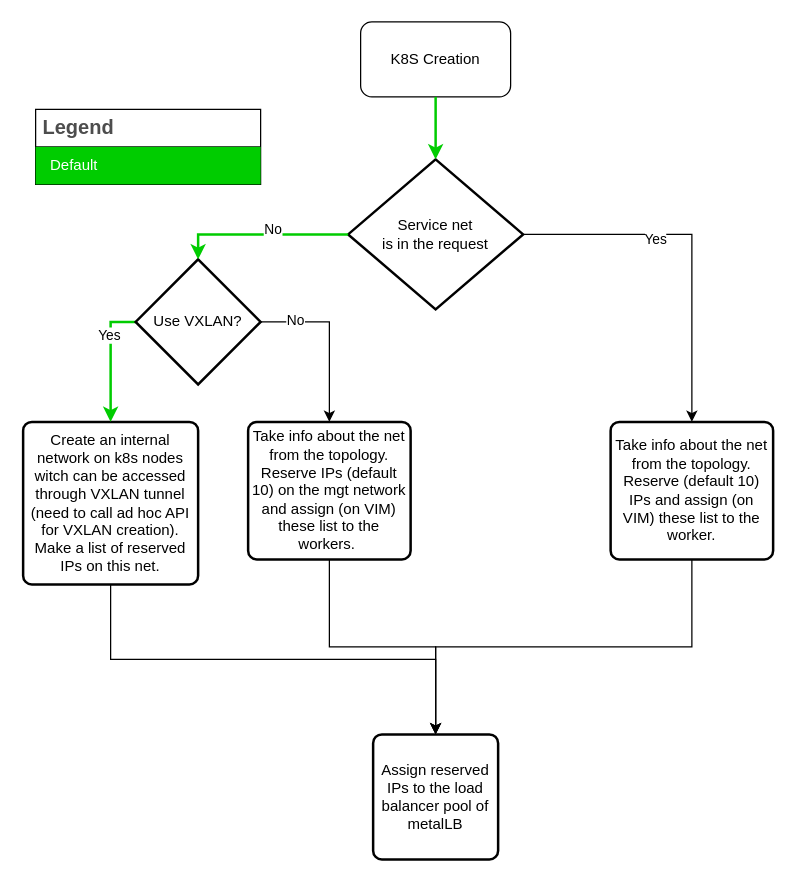
Above: page "LB_assignment" (1 of 3) of docs/images/k8s_blueprint.drawio in s2n-cnit/nfvcl-ng (draw.io), before the change. Source tidied: cells renumbered, new cells numbered last; positions are measured from the earlier drawing's top-left corner, leaving out a move shared by most shapes. Both pictures are drawn from the tidied source at 125%, with x=0, y=0 at pixel (22, 21).
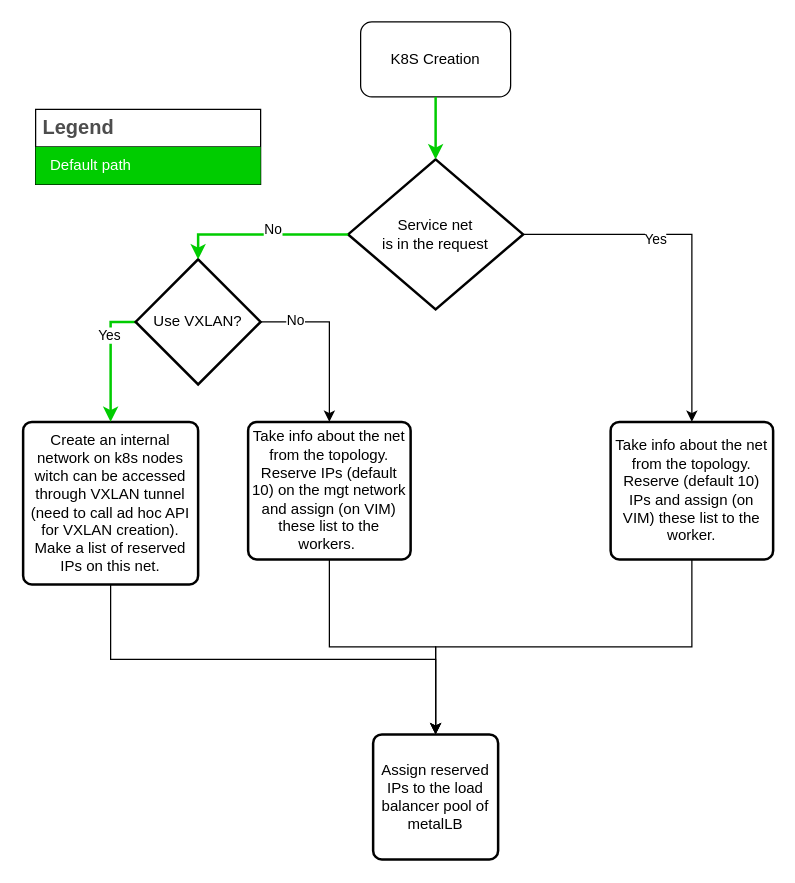
After the change.

Unchanged cells that the change refers to:
```xml
<mxCell id="22" style="shape=tableRow;horizontal=0;startSize=0;swimlaneHead=0;swimlaneBody=0;strokeColor=inherit;top=0;left=0;bottom=0;right=0;fillColor=none;fontSize=12;" parent="21" vertex="1">
  <mxGeometry y="30" width="180" height="30" as="geometry" />
</mxCell>
```

The edit, as a diff of the source:
```diff
@@
-    <mxCell id="23" value="Default" style="shape=partialRectangle;html=1;whiteSpace=wrap;strokeColor=inherit;overflow=hidden;fillColor=#00CC00;top=0;left=0;bottom=0;right=0;fontSize=12;align=left;fontColor=#FFFFFF;gradientColor=none;spacingLeft=10;spacingRight=4;" parent="22" vertex="1">
+    <mxCell id="23" value="Default path" style="shape=partialRectangle;html=1;whiteSpace=wrap;strokeColor=inherit;overflow=hidden;fillColor=#00CC00;top=0;left=0;bottom=0;right=0;fontSize=12;align=left;fontColor=#FFFFFF;gradientColor=none;spacingLeft=10;spacingRight=4;" parent="22" vertex="1">
       <mxGeometry width="180" height="30" as="geometry" />
     </mxCell>
```
